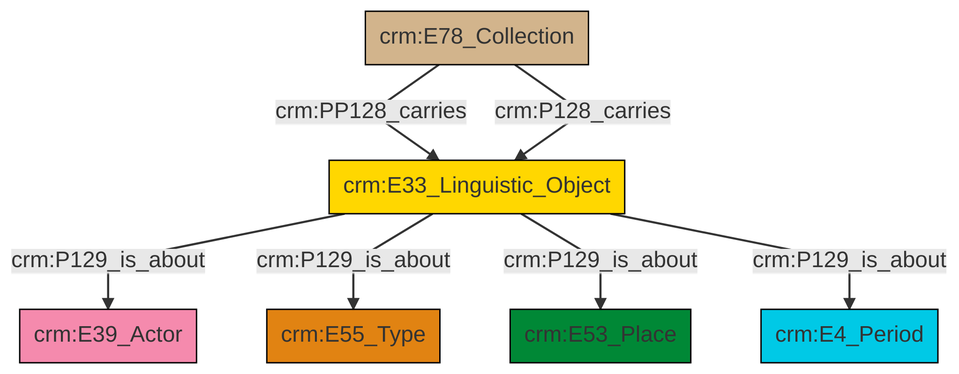
This is et/archivalCSV/ttl/mmd/png/archival_aboutness.png from swiss-art-research-net/docs.swissartresearch, a Mermaid export, as it was before one commit. Its source is kept beside it as et/archivalCSV/ttl/mmd/archival_aboutness.ttl.mmd.
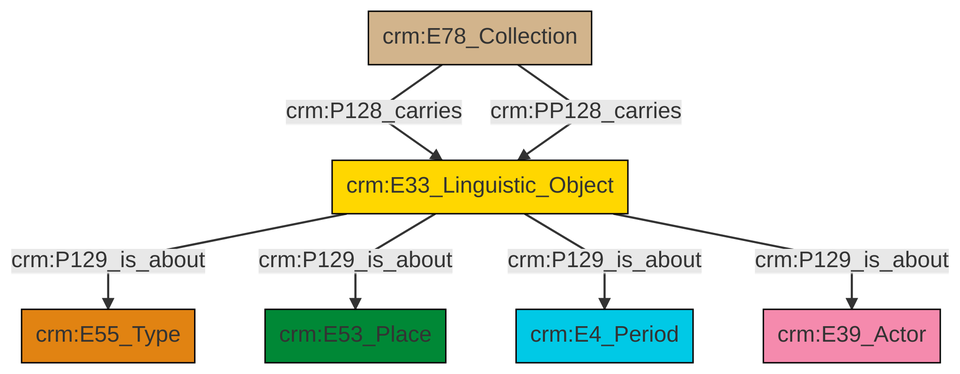
The same file after the commit.

Diff of the diagram source:
```diff
@@ -13,9 +13,9 @@
 classDef PC_Classes fill:#4ce600, stroke:#000000;
 classDef Multi fill:#cccccc,stroke:#000000;
 
-2["crm:E33_Linguistic_Object"]:::Conceptual_Object -->|crm:P129_is_about| 3["crm:E39_Actor"]:::Actor
-2["crm:E33_Linguistic_Object"]:::Conceptual_Object -->|crm:P129_is_about| 4["crm:E55_Type"]:::Type
-2["crm:E33_Linguistic_Object"]:::Conceptual_Object -->|crm:P129_is_about| 7["crm:E53_Place"]:::Place
-0["crm:E78_Collection"]:::Physical_Thing -->|crm:PP128_carries| 2["crm:E33_Linguistic_Object"]:::Conceptual_Object
-0["crm:E78_Collection"]:::Physical_Thing -->|crm:P128_carries| 2["crm:E33_Linguistic_Object"]:::Conceptual_Object
-2["crm:E33_Linguistic_Object"]:::Conceptual_Object -->|crm:P129_is_about| 9["crm:E4_Period"]:::Temporal_Entity
+0["crm:E33_Linguistic_Object"]:::Conceptual_Object -->|crm:P129_is_about| 1["crm:E55_Type"]:::Type
+0["crm:E33_Linguistic_Object"]:::Conceptual_Object -->|crm:P129_is_about| 6["crm:E53_Place"]:::Place
+7["crm:E78_Collection"]:::Physical_Thing -->|crm:P128_carries| 0["crm:E33_Linguistic_Object"]:::Conceptual_Object
+0["crm:E33_Linguistic_Object"]:::Conceptual_Object -->|crm:P129_is_about| 2["crm:E4_Period"]:::Temporal_Entity
+7["crm:E78_Collection"]:::Physical_Thing -->|crm:PP128_carries| 0["crm:E33_Linguistic_Object"]:::Conceptual_Object
+0["crm:E33_Linguistic_Object"]:::Conceptual_Object -->|crm:P129_is_about| 8["crm:E39_Actor"]:::Actor
```
